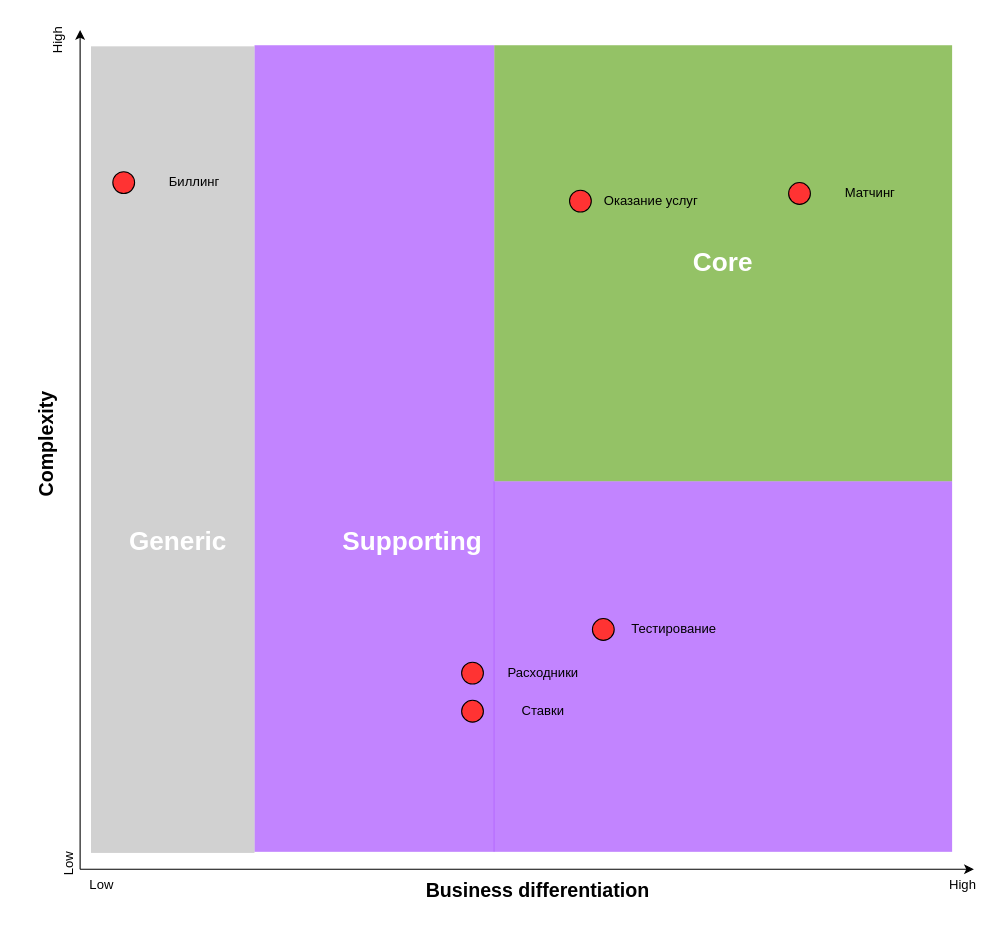
teddybear/system_analysis_course keeps this draw.io diagram as 2/core-domain.drawio. Above is the earlier version. Source tidied: cells renumbered, new cells numbered last; positions are measured from the earlier drawing's top-left corner, leaving out a move shared by most shapes. Both pictures are drawn from the tidied source at 109%, with x=0, y=0 at pixel (25, 29).
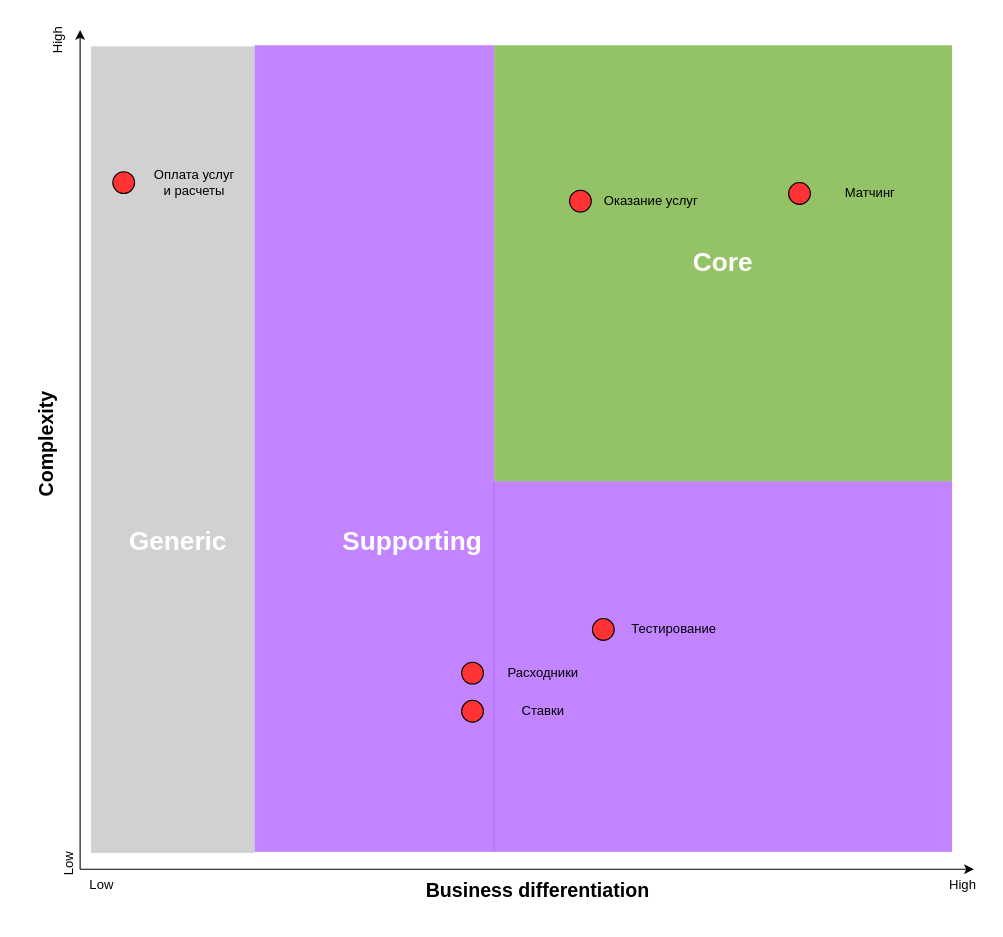
The same page after the edit.

Unchanged cells that the change refers to:
```xml
<mxCell id="21" style="group;" parent="17" vertex="1">
  <mxGeometry x="80" y="130" width="130" height="20" as="geometry" />
</mxCell>
```

The edit, as a diff of the source:
```diff
@@
-    <mxCell id="23" value="Биллинг" style="text;html=1;strokeColor=none;fillColor=none;align=center;verticalAlign=middle;whiteSpace=wrap;rounded=0;" parent="21" vertex="1">
+    <mxCell id="23" value="Оплата услуг&lt;br style=&quot;border-color: var(--border-color);&quot;&gt;и расчеты" style="text;html=1;strokeColor=none;fillColor=none;align=center;verticalAlign=middle;whiteSpace=wrap;rounded=0;" parent="21" vertex="1">
       <mxGeometry x="20" width="110" height="20" as="geometry" />
     </mxCell>
```
